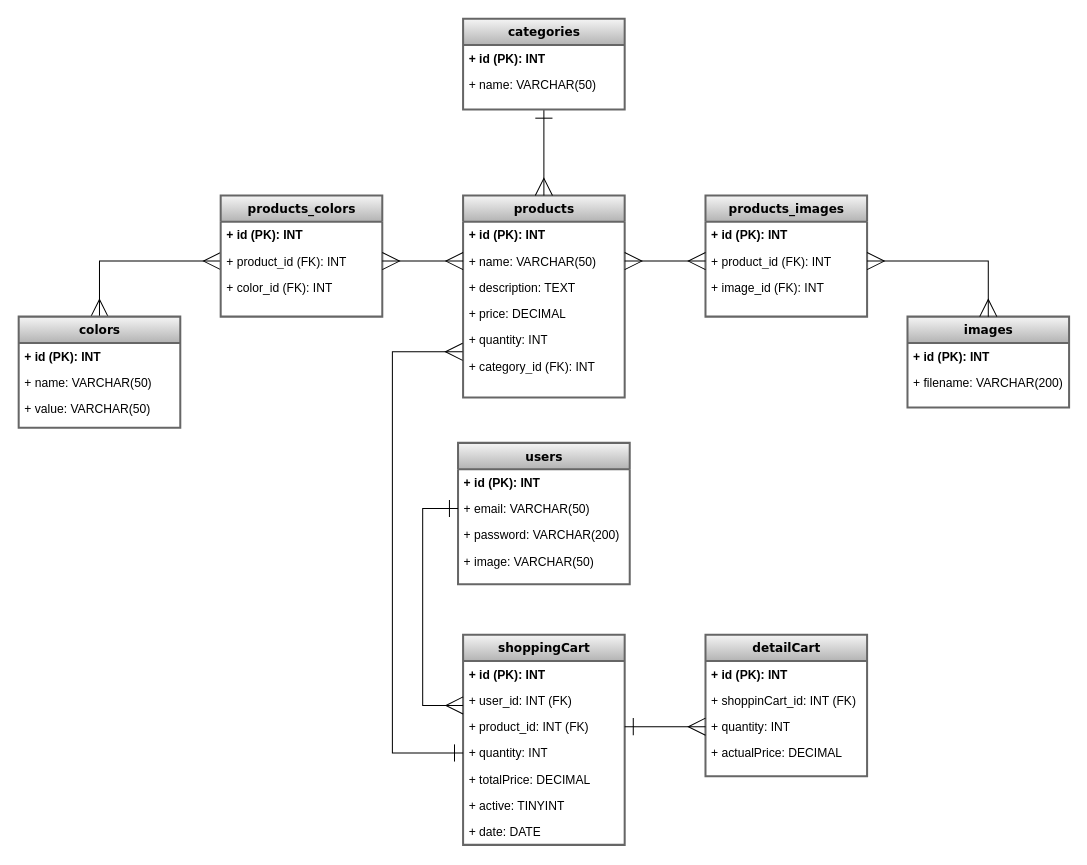
Before: DER.drawio in gonzalokesy/grupo_1_roda, a draw.io diagram. Source tidied: cells renumbered, new cells numbered last; positions are measured from the earlier drawing's top-left corner, leaving out a move shared by most shapes. Both pictures are drawn from the tidied source at 101%, with x=0, y=0 at pixel (18, 18).
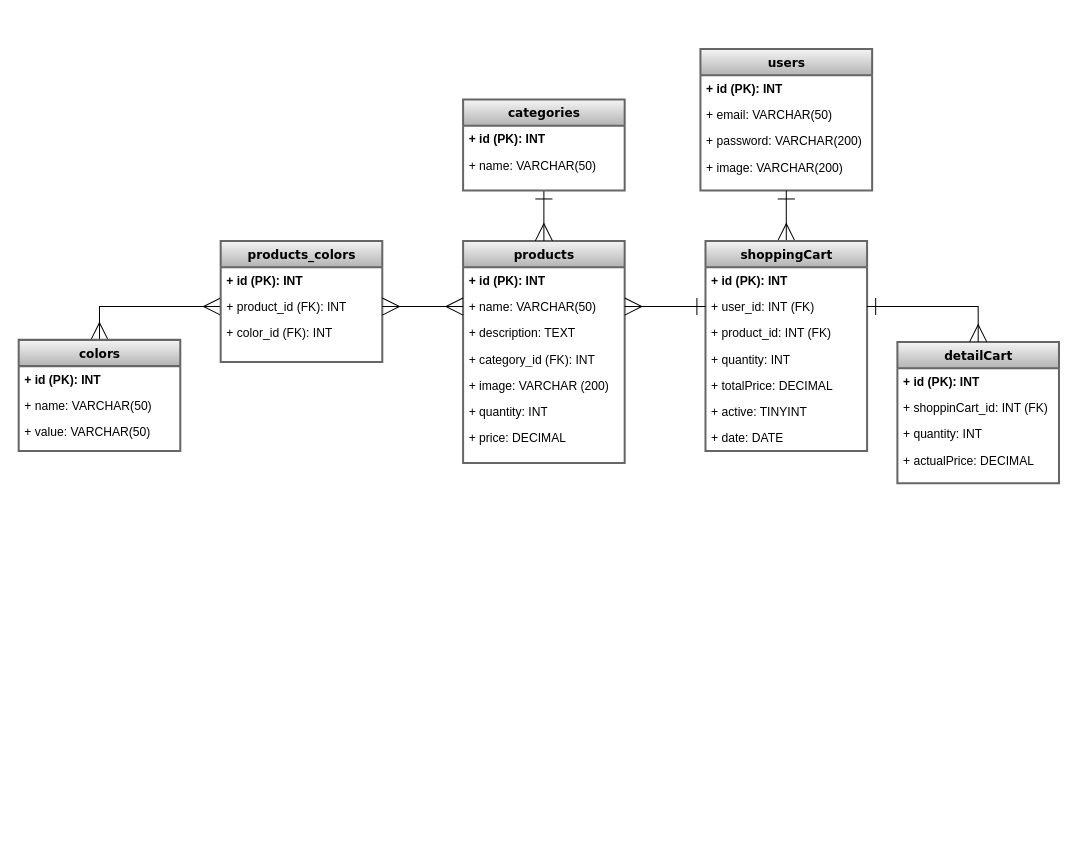
Above is the later version.

Unchanged cells that the change refers to:
```xml
<mxCell id="4" value="+ name: VARCHAR(50)" style="text;html=1;strokeColor=none;fillColor=none;align=left;verticalAlign=top;spacingLeft=4;spacingRight=4;whiteSpace=wrap;overflow=hidden;points=[[0,0.5],[1,0.5]];portConstraint=eastwest;" parent="2" vertex="1">
  <mxGeometry y="52" width="160" height="26" as="geometry" />
</mxCell>
<mxCell id="34" value="+ email: VARCHAR(50)" style="text;html=1;strokeColor=none;fillColor=none;align=left;verticalAlign=top;spacingLeft=4;spacingRight=4;whiteSpace=wrap;overflow=hidden;points=[[0,0.5],[1,0.5]];portConstraint=eastwest;" parent="32" vertex="1">
  <mxGeometry y="52" width="170" height="26" as="geometry" />
</mxCell>
<mxCell id="39" value="+ user_id: INT (FK)" style="text;html=1;strokeColor=none;fillColor=none;align=left;verticalAlign=top;spacingLeft=4;spacingRight=4;whiteSpace=wrap;overflow=hidden;points=[[0,0.5],[1,0.5]];portConstraint=eastwest;" parent="37" vertex="1">
  <mxGeometry y="52" width="160" height="26" as="geometry" />
</mxCell>
<mxCell id="40" value="+ product_id: INT (FK)" style="text;html=1;strokeColor=none;fillColor=none;align=left;verticalAlign=top;spacingLeft=4;spacingRight=4;whiteSpace=wrap;overflow=hidden;points=[[0,0.5],[1,0.5]];portConstraint=eastwest;" parent="37" vertex="1">
  <mxGeometry y="78" width="160" height="26" as="geometry" />
</mxCell>
```

The edit, as a diff of the source:
```diff
@@
     <mxCell id="2" value="products" style="swimlane;html=1;fontStyle=1;align=center;verticalAlign=top;horizontal=1;startSize=26;swimlaneFillColor=#ffffff;rounded=0;shadow=0;comic=0;labelBackgroundColor=none;strokeWidth=2;fontFamily=Verdana;fontSize=12;fillColor=#f5f5f5;gradientColor=#b3b3b3;strokeColor=#666666;" parent="1" vertex="1">
-      <mxGeometry x="440" y="175" width="160" height="200" as="geometry" />
+      <mxGeometry x="440" y="220" width="160" height="220" as="geometry" />
     </mxCell>
@@
+    <mxCell id="8" value="+ category_id (FK): INT" style="text;html=1;strokeColor=none;fillColor=none;align=left;verticalAlign=top;spacingLeft=4;spacingRight=4;whiteSpace=wrap;overflow=hidden;points=[[0,0.5],[1,0.5]];portConstraint=eastwest;" parent="2" vertex="1">
+      <mxGeometry y="104" width="160" height="26" as="geometry" />
+    </mxCell>
+    <mxCell id="53" value="+ image: VARCHAR (200)" style="text;html=1;strokeColor=none;fillColor=none;align=left;verticalAlign=top;spacingLeft=4;spacingRight=4;whiteSpace=wrap;overflow=hidden;" parent="2" vertex="1">
+      <mxGeometry y="130" width="160" height="26" as="geometry" />
+    </mxCell>
+    <mxCell id="7" value="+ quantity: INT" style="text;html=1;strokeColor=none;fillColor=none;align=left;verticalAlign=top;spacingLeft=4;spacingRight=4;whiteSpace=wrap;overflow=hidden;" parent="2" vertex="1">
+      <mxGeometry y="156" width="160" height="26" as="geometry" />
+    </mxCell>
     <mxCell id="6" value="+ price: DECIMAL" style="text;html=1;strokeColor=none;fillColor=none;align=left;verticalAlign=top;spacingLeft=4;spacingRight=4;whiteSpace=wrap;overflow=hidden;" parent="2" vertex="1">
-      <mxGeometry y="104" width="160" height="26" as="geometry" />
+      <mxGeometry y="182" width="160" height="26" as="geometry" />
     </mxCell>
-    <mxCell id="7" value="+ quantity: INT" style="text;html=1;strokeColor=none;fillColor=none;align=left;verticalAlign=top;spacingLeft=4;spacingRight=4;whiteSpace=wrap;overflow=hidden;" parent="2" vertex="1">
-      <mxGeometry y="130" width="160" height="26" as="geometry" />
-    </mxCell>
-    <mxCell id="8" value="+ category_id (FK): INT" style="text;html=1;strokeColor=none;fillColor=none;align=left;verticalAlign=top;spacingLeft=4;spacingRight=4;whiteSpace=wrap;overflow=hidden;points=[[0,0.5],[1,0.5]];portConstraint=eastwest;" parent="2" vertex="1">
-      <mxGeometry y="156" width="160" height="26" as="geometry" />
-    </mxCell>
@@
     <mxCell id="10" value="colors" style="swimlane;html=1;fontStyle=1;align=center;verticalAlign=top;horizontal=1;startSize=26;swimlaneFillColor=#ffffff;rounded=0;shadow=0;comic=0;labelBackgroundColor=none;strokeWidth=2;fillColor=#f5f5f5;fontFamily=Verdana;fontSize=12;gradientColor=#b3b3b3;strokeColor=#666666;" parent="1" vertex="1">
-      <mxGeometry y="295" width="160" height="110" as="geometry" />
+      <mxGeometry y="318" width="160" height="110" as="geometry" />
     </mxCell>
@@
     <mxCell id="15" value="categories" style="swimlane;html=1;fontStyle=1;align=center;verticalAlign=top;horizontal=1;startSize=26;swimlaneFillColor=#ffffff;rounded=0;shadow=0;comic=0;labelBackgroundColor=none;strokeWidth=2;fillColor=#f5f5f5;fontFamily=Verdana;fontSize=12;gradientColor=#b3b3b3;strokeColor=#666666;" parent="1" vertex="1">
-      <mxGeometry x="440" width="160" height="90" as="geometry" />
+      <mxGeometry x="440" y="80" width="160" height="90" as="geometry" />
     </mxCell>
@@
     <mxCell id="18" value="products_colors" style="swimlane;html=1;fontStyle=1;align=center;verticalAlign=top;horizontal=1;startSize=26;swimlaneFillColor=#ffffff;rounded=0;shadow=0;comic=0;labelBackgroundColor=none;strokeWidth=2;fillColor=#f5f5f5;fontFamily=Verdana;fontSize=12;gradientColor=#b3b3b3;strokeColor=#666666;" parent="1" vertex="1">
-      <mxGeometry x="200" y="175" width="160" height="120" as="geometry" />
+      <mxGeometry x="200" y="220" width="160" height="120" as="geometry" />
     </mxCell>
@@
-    <mxCell id="23" value="images" style="swimlane;html=1;fontStyle=1;align=center;verticalAlign=top;horizontal=1;startSize=26;swimlaneFillColor=#ffffff;rounded=0;shadow=0;comic=0;labelBackgroundColor=none;strokeWidth=2;fillColor=#f5f5f5;fontFamily=Verdana;fontSize=12;gradientColor=#b3b3b3;strokeColor=#666666;" parent="1" vertex="1">
-      <mxGeometry x="880" y="295" width="160" height="90" as="geometry" />
-    </mxCell>
-    <mxCell id="24" value="+ id (PK): INT" style="text;html=1;strokeColor=none;fillColor=none;align=left;verticalAlign=top;spacingLeft=4;spacingRight=4;whiteSpace=wrap;overflow=hidden;fontStyle=1;" parent="23" vertex="1">
-      <mxGeometry y="26" width="160" height="26" as="geometry" />
-    </mxCell>
-    <mxCell id="25" value="+ filename: VARCHAR(200)" style="text;html=1;strokeColor=none;fillColor=none;align=left;verticalAlign=top;spacingLeft=4;spacingRight=4;whiteSpace=wrap;overflow=hidden;" parent="23" vertex="1">
-      <mxGeometry y="52" width="160" height="26" as="geometry" />
-    </mxCell>
-    <mxCell id="26" value="products_images" style="swimlane;html=1;fontStyle=1;align=center;verticalAlign=top;horizontal=1;startSize=26;swimlaneFillColor=#ffffff;rounded=0;shadow=0;comic=0;labelBackgroundColor=none;strokeWidth=2;fillColor=#f5f5f5;fontFamily=Verdana;fontSize=12;gradientColor=#b3b3b3;strokeColor=#666666;" parent="1" vertex="1">
-      <mxGeometry x="680" y="175" width="160" height="120" as="geometry" />
-    </mxCell>
-    <mxCell id="27" value="+ id (PK): INT" style="text;html=1;strokeColor=none;fillColor=none;align=left;verticalAlign=top;spacingLeft=4;spacingRight=4;whiteSpace=wrap;overflow=hidden;fontStyle=1;" parent="26" vertex="1">
-      <mxGeometry y="26" width="160" height="26" as="geometry" />
-    </mxCell>
-    <mxCell id="28" value="+ product_id (FK): INT" style="text;html=1;strokeColor=none;fillColor=none;align=left;verticalAlign=top;spacingLeft=4;spacingRight=4;whiteSpace=wrap;overflow=hidden;points=[[0,0.5],[1,0.5]];portConstraint=eastwest;" parent="26" vertex="1">
-      <mxGeometry y="52" width="160" height="26" as="geometry" />
-    </mxCell>
-    <mxCell id="29" value="+ image_id (FK): INT" style="text;html=1;strokeColor=none;fillColor=none;align=left;verticalAlign=top;spacingLeft=4;spacingRight=4;whiteSpace=wrap;overflow=hidden;" parent="26" vertex="1">
-      <mxGeometry y="78" width="160" height="26" as="geometry" />
-    </mxCell>
-    <mxCell id="30" style="edgeStyle=orthogonalEdgeStyle;rounded=0;jettySize=auto;html=1;entryX=1;entryY=0.5;entryDx=0;entryDy=0;startArrow=ERmany;startFill=0;endArrow=ERmany;endFill=0;startSize=15;endSize=15;sourcePerimeterSpacing=0;targetPerimeterSpacing=0;strokeWidth=1;" parent="1" edge="1" source="28" target="4">
-      <mxGeometry relative="1" as="geometry" />
-    </mxCell>
-    <mxCell id="31" style="edgeStyle=orthogonalEdgeStyle;rounded=0;jettySize=auto;html=1;entryX=0.5;entryY=0;entryDx=0;entryDy=0;startArrow=ERmany;startFill=0;endArrow=ERmany;endFill=0;startSize=15;endSize=15;sourcePerimeterSpacing=0;targetPerimeterSpacing=0;strokeWidth=1;" parent="1" edge="1" source="28" target="23">
-      <mxGeometry relative="1" as="geometry" />
-    </mxCell>
     <mxCell id="32" value="users" style="swimlane;html=1;fontStyle=1;align=center;verticalAlign=top;horizontal=1;startSize=26;swimlaneFillColor=#ffffff;rounded=0;shadow=0;comic=0;labelBackgroundColor=none;strokeWidth=2;fontFamily=Verdana;fontSize=12;fillColor=#f5f5f5;gradientColor=#b3b3b3;strokeColor=#666666;" parent="1" vertex="1">
-      <mxGeometry x="435" y="420" width="170" height="140" as="geometry" />
+      <mxGeometry x="675" y="30" width="170" height="140" as="geometry" />
     </mxCell>
@@
-    <mxCell id="36" value="+ image: VARCHAR(50)" style="text;html=1;strokeColor=none;fillColor=none;align=left;verticalAlign=top;spacingLeft=4;spacingRight=4;whiteSpace=wrap;overflow=hidden;" parent="32" vertex="1">
+    <mxCell id="36" value="+ image: VARCHAR(200)" style="text;html=1;strokeColor=none;fillColor=none;align=left;verticalAlign=top;spacingLeft=4;spacingRight=4;whiteSpace=wrap;overflow=hidden;" parent="32" vertex="1">
       <mxGeometry y="104" width="170" height="26" as="geometry" />
     </mxCell>
+    <mxCell id="54" style="edgeStyle=orthogonalEdgeStyle;rounded=0;jettySize=auto;html=1;entryX=0.5;entryY=1;entryDx=0;entryDy=0;startArrow=ERmany;startFill=0;endArrow=ERone;endFill=0;startSize=15;endSize=15;" parent="1" edge="1" source="37" target="32">
+      <mxGeometry relative="1" as="geometry" />
+    </mxCell>
     <mxCell id="37" value="shoppingCart" style="swimlane;html=1;fontStyle=1;align=center;verticalAlign=top;horizontal=1;startSize=26;swimlaneFillColor=#ffffff;rounded=0;shadow=0;comic=0;labelBackgroundColor=none;strokeWidth=2;fontFamily=Verdana;fontSize=12;fillColor=#f5f5f5;gradientColor=#b3b3b3;strokeColor=#666666;" parent="1" vertex="1">
-      <mxGeometry x="440" y="610" width="160" height="208" as="geometry" />
+      <mxGeometry x="680" y="220" width="160" height="208" as="geometry" />
     </mxCell>
@@
-    <mxCell id="45" style="edgeStyle=orthogonalEdgeStyle;rounded=0;jettySize=auto;html=1;entryX=0;entryY=0.5;entryDx=0;entryDy=0;endSize=15;startSize=15;startArrow=ERmany;startFill=0;endArrow=ERone;endFill=0;" parent="1" edge="1" target="34">
-      <mxGeometry relative="1" as="geometry">
-        <mxPoint x="440" y="680" as="sourcePoint" />
-        <Array as="points">
-          <mxPoint x="440" y="680" />
-          <mxPoint x="400" y="680" />
-          <mxPoint x="400" y="485" />
-        </Array>
-      </mxGeometry>
-    </mxCell>
-    <mxCell id="46" style="edgeStyle=orthogonalEdgeStyle;rounded=0;jettySize=auto;html=1;entryX=-0.003;entryY=-0.045;entryDx=0;entryDy=0;entryPerimeter=0;startArrow=ERone;startFill=0;endArrow=ERmany;endFill=0;startSize=15;endSize=15;" parent="1" edge="1" target="8">
-      <mxGeometry relative="1" as="geometry">
-        <mxPoint x="440" y="727" as="sourcePoint" />
-        <Array as="points">
-          <mxPoint x="370" y="727" />
-          <mxPoint x="370" y="330" />
-        </Array>
-      </mxGeometry>
-    </mxCell>
     <mxCell id="47" value="detailCart" style="swimlane;html=1;fontStyle=1;align=center;verticalAlign=top;horizontal=1;startSize=26;swimlaneFillColor=#ffffff;rounded=0;shadow=0;comic=0;labelBackgroundColor=none;strokeWidth=2;fontFamily=Verdana;fontSize=12;fillColor=#f5f5f5;gradientColor=#b3b3b3;strokeColor=#666666;" parent="1" vertex="1">
-      <mxGeometry x="680" y="610" width="160" height="140" as="geometry" />
+      <mxGeometry x="870" y="320" width="160" height="140" as="geometry" />
     </mxCell>
@@
-    <mxCell id="52" style="edgeStyle=orthogonalEdgeStyle;rounded=0;jettySize=auto;html=1;endArrow=ERmany;endFill=0;endSize=15;startArrow=ERone;startFill=0;startSize=15;" parent="1" edge="1" source="40">
-      <mxGeometry relative="1" as="geometry">
-        <mxPoint x="680" y="701" as="targetPoint" />
-      </mxGeometry>
-    </mxCell>
+    <mxCell id="55" style="edgeStyle=orthogonalEdgeStyle;rounded=0;jettySize=auto;html=1;entryX=0;entryY=0.5;entryDx=0;entryDy=0;startArrow=ERmany;startFill=0;endArrow=ERone;endFill=0;endSize=15;startSize=15;" parent="1" edge="1" source="4" target="39">
+      <mxGeometry relative="1" as="geometry" />
+    </mxCell>
+    <mxCell id="56" style="edgeStyle=orthogonalEdgeStyle;rounded=0;jettySize=auto;html=1;entryX=0.5;entryY=0;entryDx=0;entryDy=0;startArrow=ERone;startFill=0;endArrow=ERmany;endFill=0;startSize=15;endSize=15;" parent="1" edge="1" source="39" target="47">
+      <mxGeometry relative="1" as="geometry" />
+    </mxCell>
```
